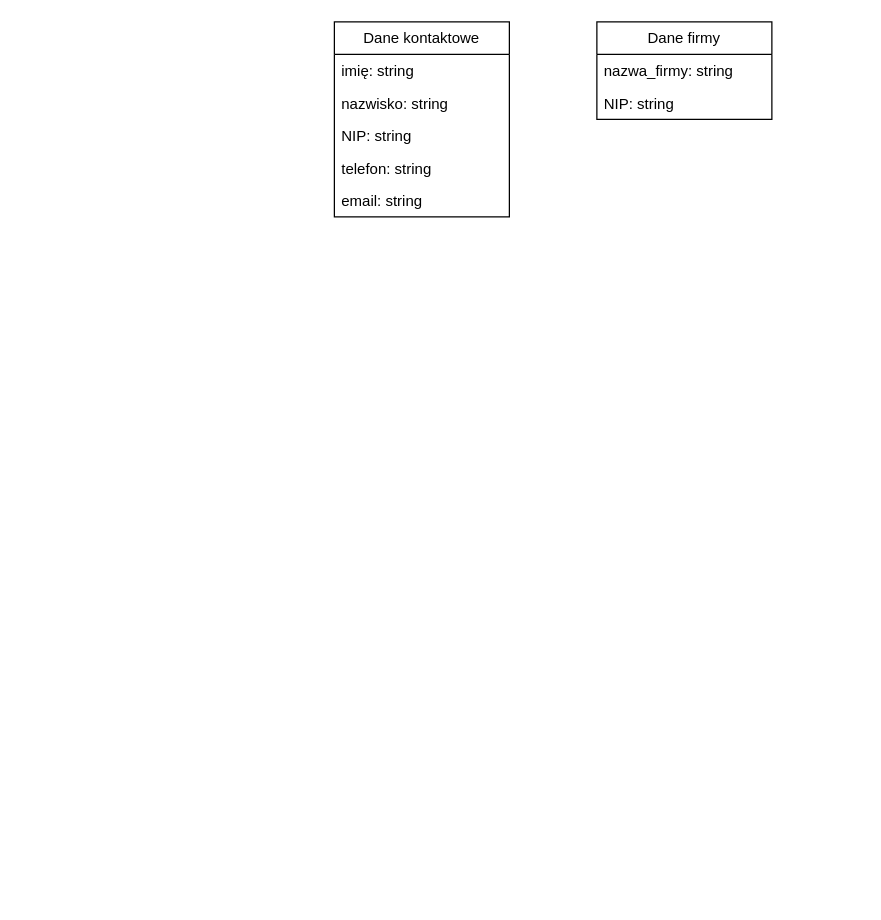
Above: Diagram bez tytułu.drawio in JakubSyperek/django1 (draw.io), before the change. Source tidied: cells renumbered, new cells numbered last; positions are measured from the earlier drawing's top-left corner, leaving out a move shared by most shapes. Both pictures are drawn from the tidied source at 125%, with x=0, y=0 at pixel (334, 21).
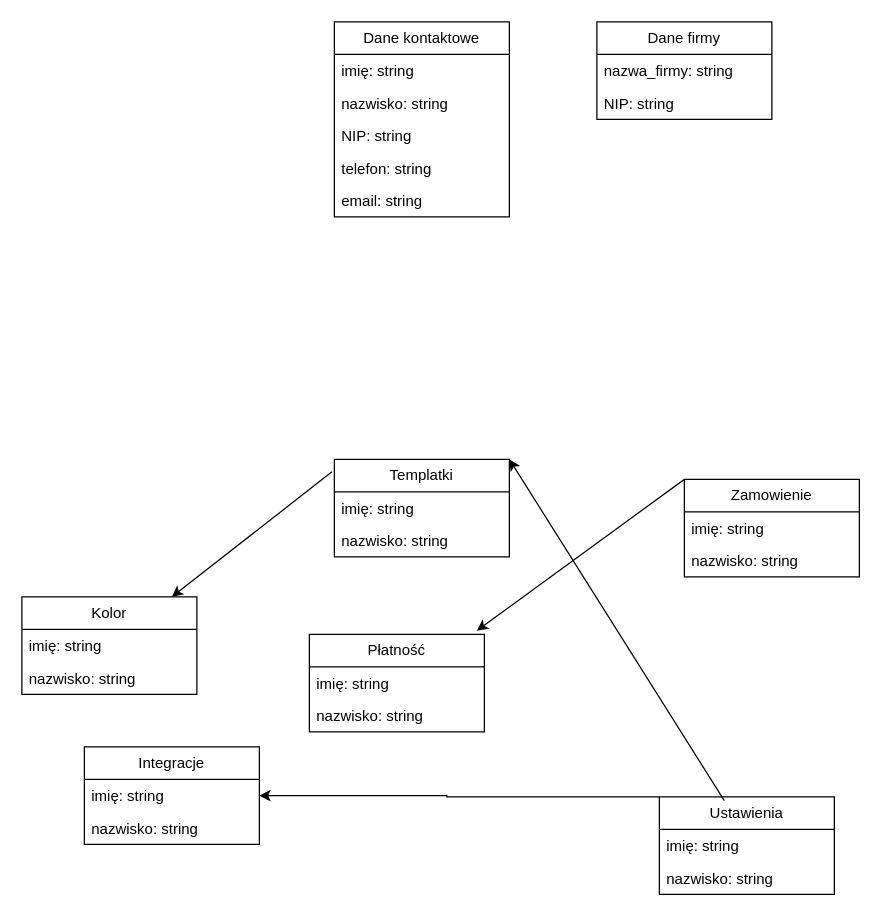
Above is the later version.

The edit, as a diff of the source:
```diff
@@
+    <mxCell id="11" value="Integracje" style="swimlane;fontStyle=0;horizontal=1;startSize=26;fillColor=none;whiteSpace=wrap;html=1;" parent="1" vertex="1">
+      <mxGeometry x="-200" y="580" width="140" height="78" as="geometry" />
+    </mxCell>
+    <mxCell id="12" value="&lt;div&gt;imię: string&lt;/div&gt;" style="text;strokeColor=none;fillColor=none;align=left;verticalAlign=top;spacingLeft=4;spacingRight=4;overflow=hidden;points=[[0,0.5],[1,0.5]];portConstraint=eastwest;whiteSpace=wrap;html=1;" parent="11" vertex="1">
+      <mxGeometry y="26" width="140" height="26" as="geometry" />
+    </mxCell>
+    <mxCell id="13" value="nazwisko: string" style="text;strokeColor=none;fillColor=none;align=left;verticalAlign=top;spacingLeft=4;spacingRight=4;overflow=hidden;whiteSpace=wrap;html=1;" parent="11" vertex="1">
+      <mxGeometry y="52" width="140" height="26" as="geometry" />
+    </mxCell>
+    <mxCell id="14" value="&lt;div&gt;Templatki&lt;/div&gt;" style="swimlane;fontStyle=0;horizontal=1;startSize=26;fillColor=none;whiteSpace=wrap;html=1;" parent="1" vertex="1">
+      <mxGeometry y="350" width="140" height="78" as="geometry" />
+    </mxCell>
+    <mxCell id="15" value="&lt;div&gt;imię: string&lt;/div&gt;" style="text;strokeColor=none;fillColor=none;align=left;verticalAlign=top;spacingLeft=4;spacingRight=4;overflow=hidden;whiteSpace=wrap;html=1;" parent="14" vertex="1">
+      <mxGeometry y="26" width="140" height="26" as="geometry" />
+    </mxCell>
+    <mxCell id="16" value="nazwisko: string" style="text;strokeColor=none;fillColor=none;align=left;verticalAlign=top;spacingLeft=4;spacingRight=4;overflow=hidden;whiteSpace=wrap;html=1;" parent="14" vertex="1">
+      <mxGeometry y="52" width="140" height="26" as="geometry" />
+    </mxCell>
+    <mxCell id="17" value="Zamowienie" style="swimlane;fontStyle=0;horizontal=1;startSize=26;fillColor=none;whiteSpace=wrap;html=1;" parent="1" vertex="1">
+      <mxGeometry x="280" y="366" width="140" height="78" as="geometry" />
+    </mxCell>
+    <mxCell id="18" value="&lt;div&gt;imię: string&lt;/div&gt;" style="text;strokeColor=none;fillColor=none;align=left;verticalAlign=top;spacingLeft=4;spacingRight=4;overflow=hidden;whiteSpace=wrap;html=1;" parent="17" vertex="1">
+      <mxGeometry y="26" width="140" height="26" as="geometry" />
+    </mxCell>
+    <mxCell id="19" value="nazwisko: string" style="text;strokeColor=none;fillColor=none;align=left;verticalAlign=top;spacingLeft=4;spacingRight=4;overflow=hidden;whiteSpace=wrap;html=1;" parent="17" vertex="1">
+      <mxGeometry y="52" width="140" height="26" as="geometry" />
+    </mxCell>
+    <mxCell id="20" value="&lt;div&gt;Kolor&lt;/div&gt;" style="swimlane;fontStyle=0;horizontal=1;startSize=26;fillColor=none;whiteSpace=wrap;html=1;" parent="1" vertex="1">
+      <mxGeometry x="-250" y="460" width="140" height="78" as="geometry" />
+    </mxCell>
+    <mxCell id="21" value="&lt;div&gt;imię: string&lt;/div&gt;" style="text;strokeColor=none;fillColor=none;align=left;verticalAlign=top;spacingLeft=4;spacingRight=4;overflow=hidden;whiteSpace=wrap;html=1;" parent="20" vertex="1">
+      <mxGeometry y="26" width="140" height="26" as="geometry" />
+    </mxCell>
+    <mxCell id="22" value="nazwisko: string" style="text;strokeColor=none;fillColor=none;align=left;verticalAlign=top;spacingLeft=4;spacingRight=4;overflow=hidden;whiteSpace=wrap;html=1;" parent="20" vertex="1">
+      <mxGeometry y="52" width="140" height="26" as="geometry" />
+    </mxCell>
+    <mxCell id="23" value="Płatność" style="swimlane;fontStyle=0;horizontal=1;startSize=26;fillColor=none;whiteSpace=wrap;html=1;" parent="1" vertex="1">
+      <mxGeometry x="-20" y="490" width="140" height="78" as="geometry" />
+    </mxCell>
+    <mxCell id="24" value="&lt;div&gt;imię: string&lt;/div&gt;" style="text;strokeColor=none;fillColor=none;align=left;verticalAlign=top;spacingLeft=4;spacingRight=4;overflow=hidden;whiteSpace=wrap;html=1;" parent="23" vertex="1">
+      <mxGeometry y="26" width="140" height="26" as="geometry" />
+    </mxCell>
+    <mxCell id="25" value="nazwisko: string" style="text;strokeColor=none;fillColor=none;align=left;verticalAlign=top;spacingLeft=4;spacingRight=4;overflow=hidden;whiteSpace=wrap;html=1;" parent="23" vertex="1">
+      <mxGeometry y="52" width="140" height="26" as="geometry" />
+    </mxCell>
+    <mxCell id="26" style="edgeStyle=orthogonalEdgeStyle;rounded=0;jettySize=auto;html=1;exitX=0;exitY=0;exitDx=0;exitDy=0;entryX=1;entryY=0.5;entryDx=0;entryDy=0;" parent="1" edge="1" source="27" target="12">
+      <mxGeometry relative="1" as="geometry">
+        <Array as="points">
+          <mxPoint x="240" y="620" />
+          <mxPoint x="90" y="620" />
+          <mxPoint x="90" y="619" />
+        </Array>
+      </mxGeometry>
+    </mxCell>
+    <mxCell id="27" value="Ustawienia" style="swimlane;fontStyle=0;horizontal=1;startSize=26;fillColor=none;whiteSpace=wrap;html=1;" parent="1" vertex="1">
+      <mxGeometry x="260" y="620" width="140" height="78" as="geometry" />
+    </mxCell>
+    <mxCell id="28" value="&lt;div&gt;imię: string&lt;/div&gt;" style="text;strokeColor=none;fillColor=none;align=left;verticalAlign=top;spacingLeft=4;spacingRight=4;overflow=hidden;whiteSpace=wrap;html=1;" parent="27" vertex="1">
+      <mxGeometry y="26" width="140" height="26" as="geometry" />
+    </mxCell>
+    <mxCell id="29" value="nazwisko: string" style="text;strokeColor=none;fillColor=none;align=left;verticalAlign=top;spacingLeft=4;spacingRight=4;overflow=hidden;whiteSpace=wrap;html=1;" parent="27" vertex="1">
+      <mxGeometry y="52" width="140" height="26" as="geometry" />
+    </mxCell>
+    <mxCell id="30" style="endArrow=classic;html=1;rounded=0;exitX=-0.014;exitY=0.128;exitDx=0;exitDy=0;exitPerimeter=0;" parent="1" edge="1" source="14" target="20">
+      <mxGeometry relative="1" as="geometry" />
+    </mxCell>
+    <mxCell id="31" style="endArrow=classic;html=1;rounded=0;exitX=0;exitY=0;exitDx=0;exitDy=0;entryX=0.957;entryY=-0.038;entryDx=0;entryDy=0;entryPerimeter=0;" parent="1" edge="1" source="17" target="23">
+      <mxGeometry relative="1" as="geometry" />
+    </mxCell>
+    <mxCell id="32" style="endArrow=classic;html=1;rounded=0;entryX=1;entryY=0;entryDx=0;entryDy=0;exitX=0.371;exitY=0.038;exitDx=0;exitDy=0;exitPerimeter=0;" parent="1" edge="1" source="27" target="14">
+      <mxGeometry relative="1" as="geometry" />
+    </mxCell>
```
